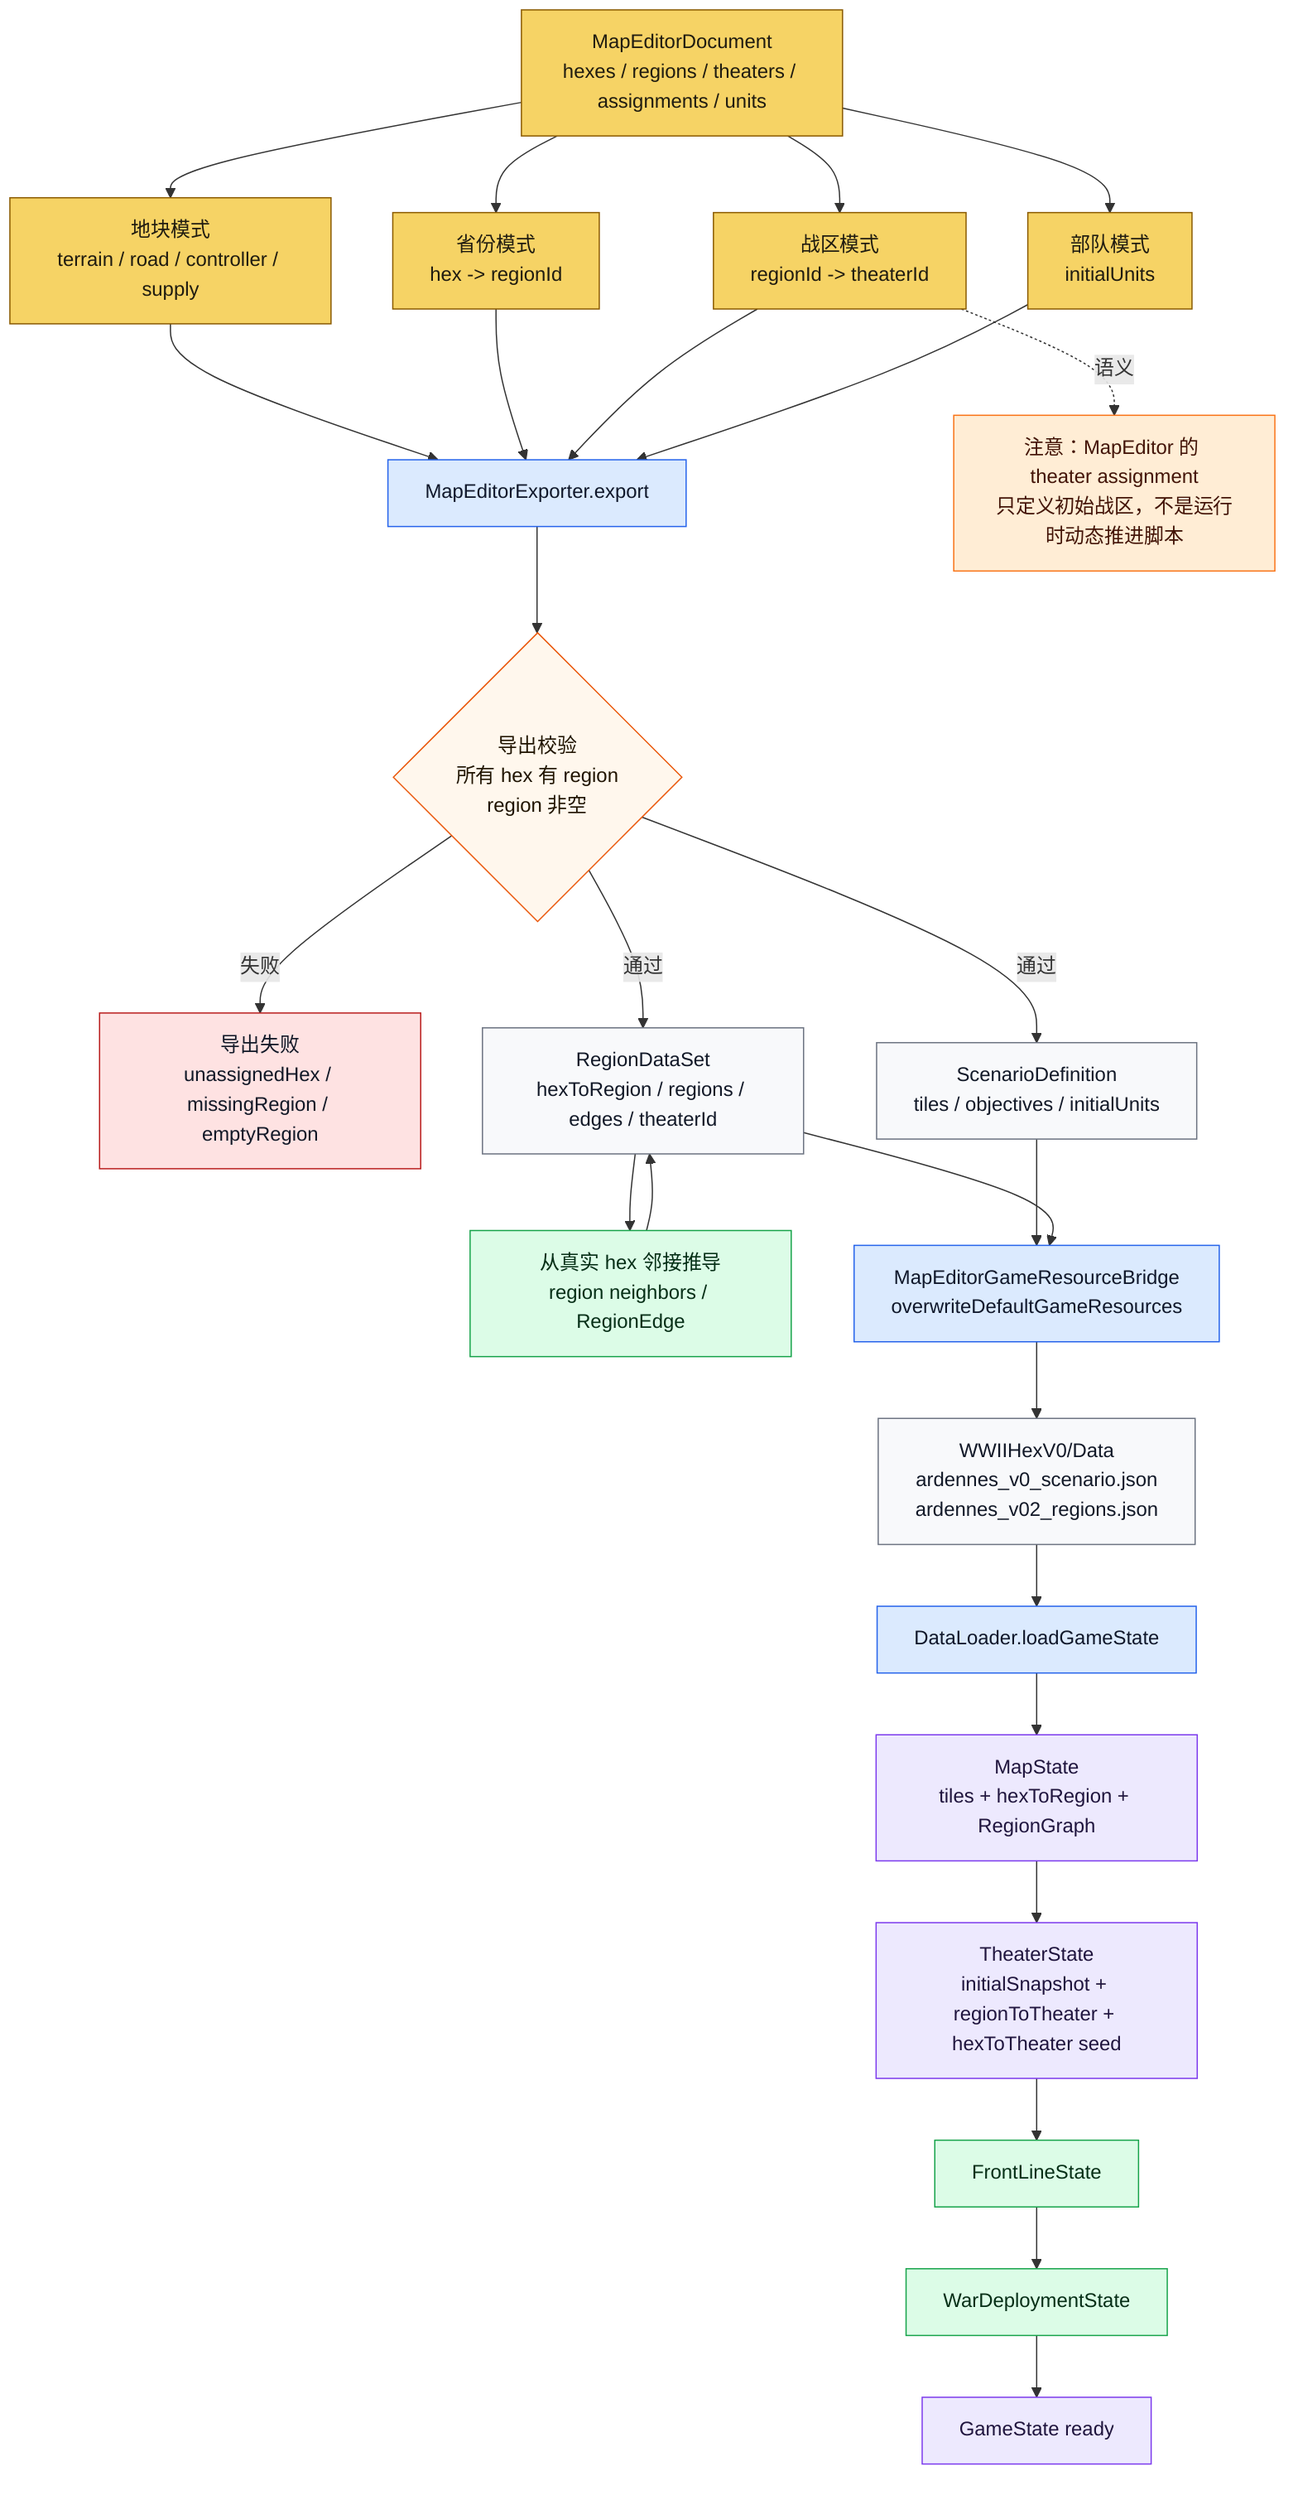
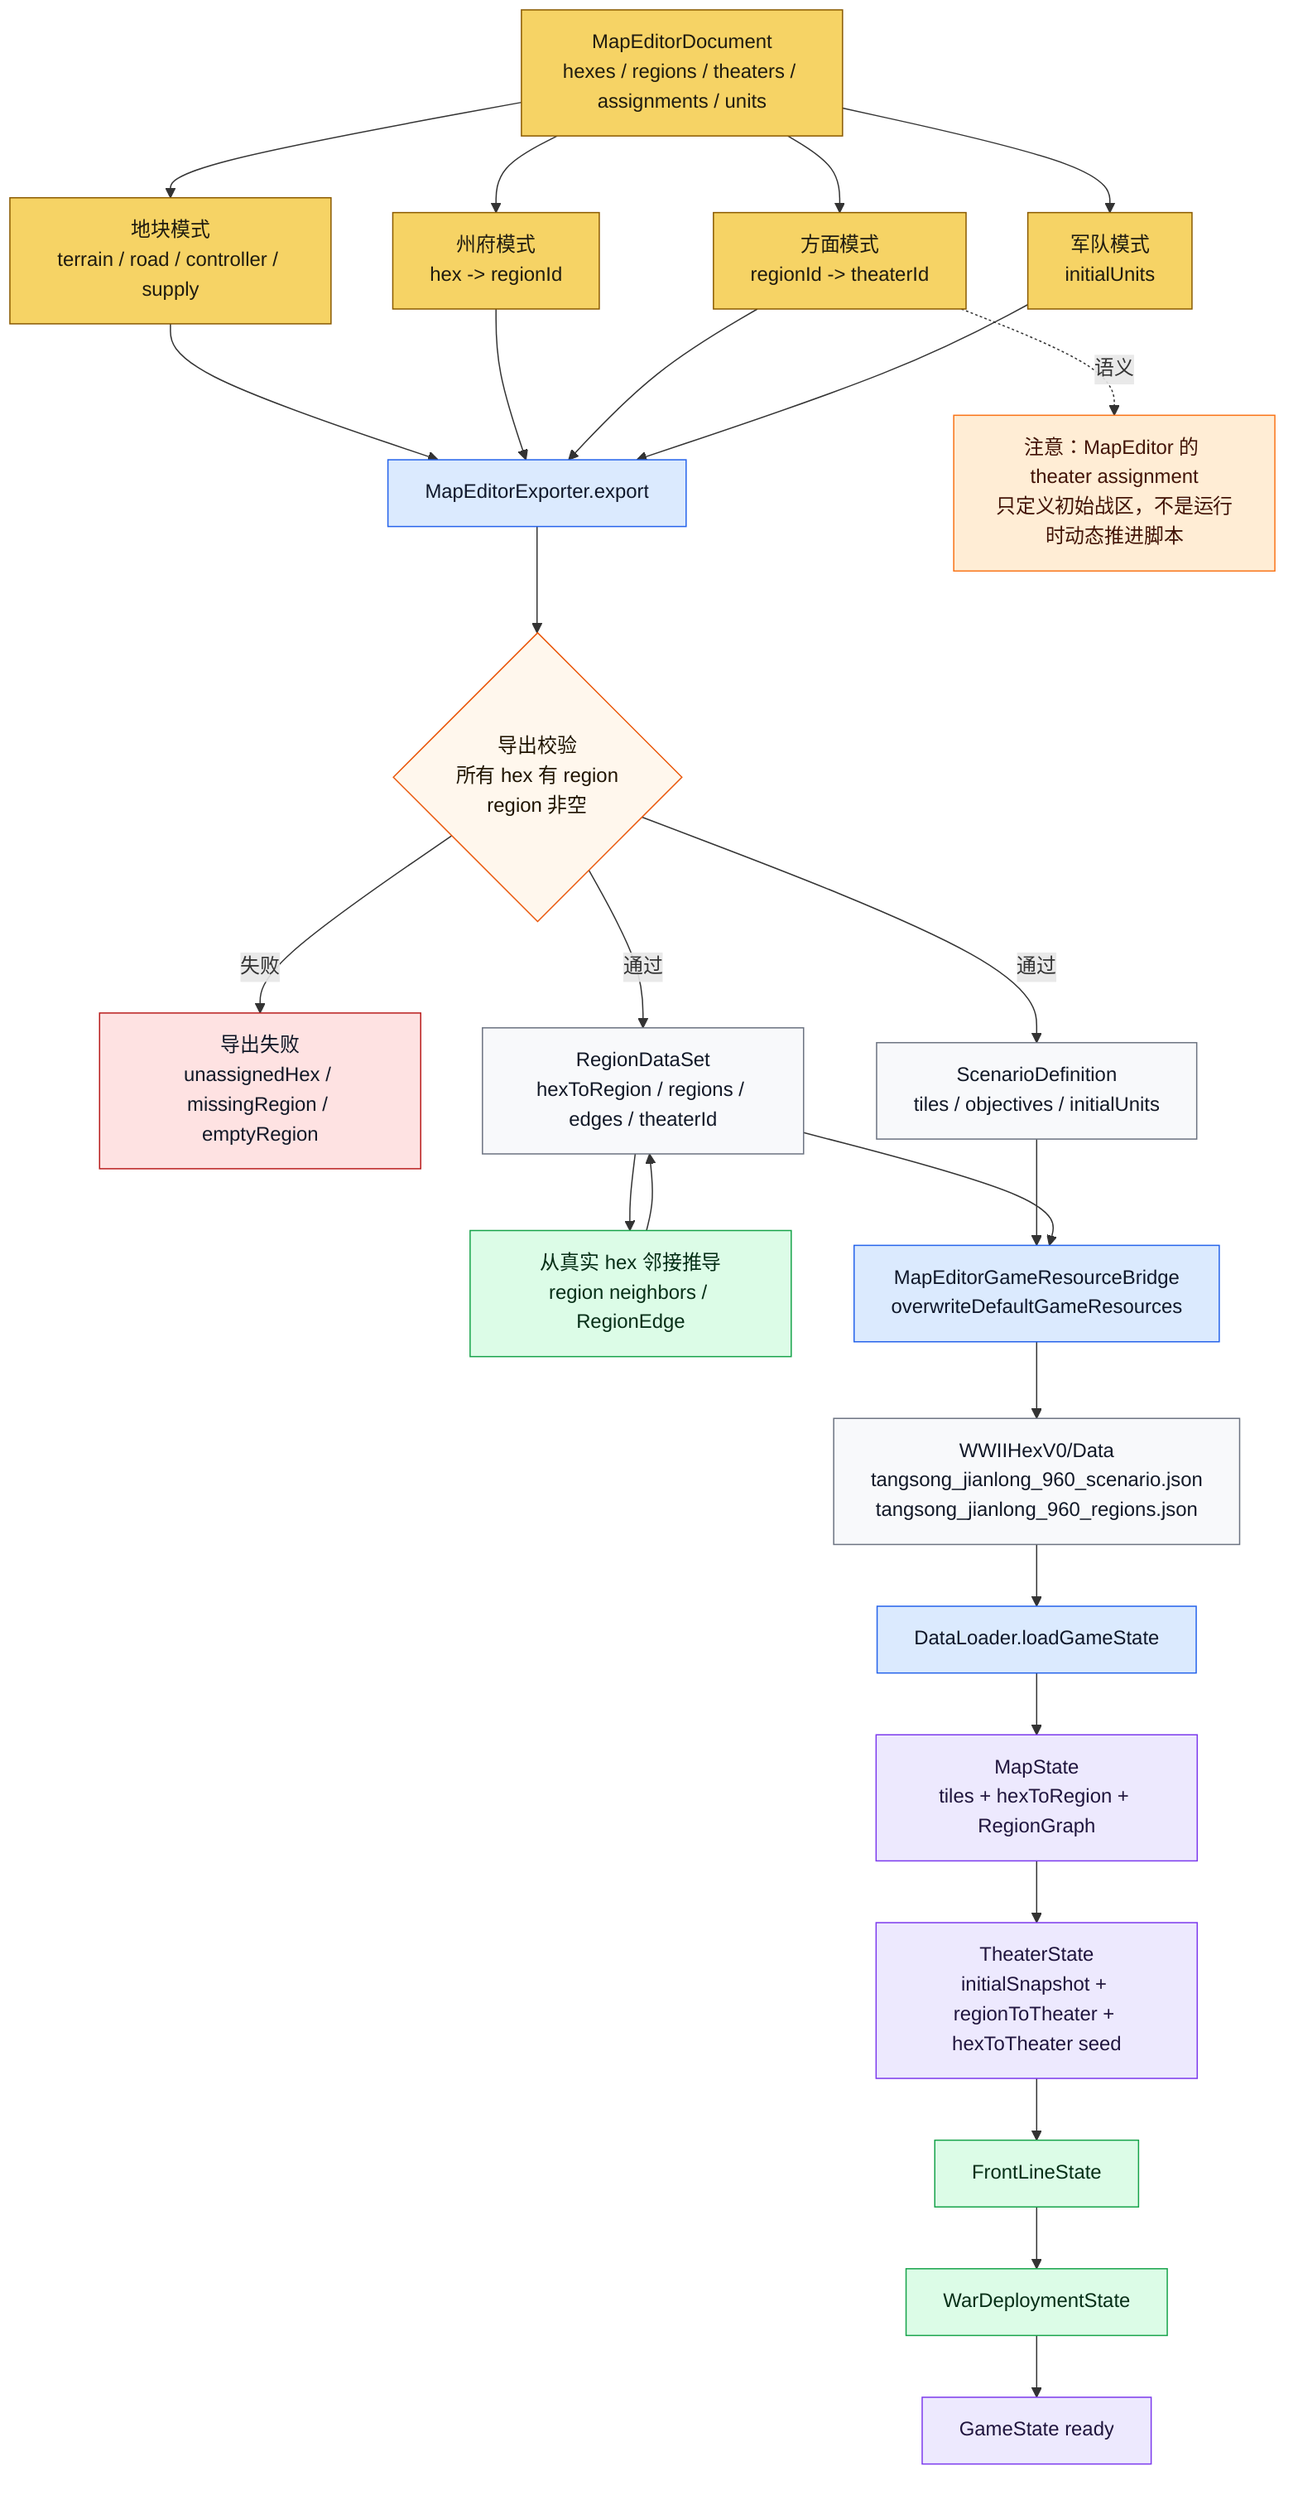
flowchart TD
    DOC["MapEditorDocument<br/>hexes / regions / theaters / assignments / units"]:::editor
    MODE1["地块模式<br/>terrain / road / controller / supply"]:::editor
-     MODE2["省份模式<br/>hex -> regionId"]:::editor
-     MODE3["战区模式<br/>regionId -> theaterId"]:::editor
-     MODE4["部队模式<br/>initialUnits"]:::editor
+     MODE2["州府模式<br/>hex -> regionId"]:::editor
+     MODE3["方面模式<br/>regionId -> theaterId"]:::editor
+     MODE4["军队模式<br/>initialUnits"]:::editor
    EXPORT["MapEditorExporter.export"]:::loader
    CHECK{"导出校验<br/>所有 hex 有 region<br/>region 非空"}:::decision
    ERR["导出失败<br/>unassignedHex / missingRegion / emptyRegion"]:::stop
    SCEN["ScenarioDefinition<br/>tiles / objectives / initialUnits"]:::data
    REG["RegionDataSet<br/>hexToRegion / regions / edges / theaterId"]:::data
    NEI["从真实 hex 邻接推导<br/>region neighbors / RegionEdge"]:::derived
    BRIDGE["MapEditorGameResourceBridge<br/>overwriteDefaultGameResources"]:::loader
-     FILES["WWIIHexV0/Data<br/>ardennes_v0_scenario.json<br/>ardennes_v02_regions.json"]:::data
+     FILES["WWIIHexV0/Data<br/>tangsong_jianlong_960_scenario.json<br/>tangsong_jianlong_960_regions.json"]:::data
    LOAD["DataLoader.loadGameState"]:::loader
    MAP["MapState<br/>tiles + hexToRegion + RegionGraph"]:::state
    THEATER["TheaterState<br/>initialSnapshot + regionToTheater + hexToTheater seed"]:::state
    FRONT["FrontLineState"]:::derived
    DEPLOY["WarDeploymentState"]:::derived
    GAME["GameState ready"]:::state

    DOC --> MODE1 --> EXPORT
    DOC --> MODE2 --> EXPORT
    DOC --> MODE3 --> EXPORT
    DOC --> MODE4 --> EXPORT
    EXPORT --> CHECK
    CHECK -->|失败| ERR
    CHECK -->|通过| SCEN
    CHECK -->|通过| REG
    REG --> NEI --> REG
    SCEN --> BRIDGE
    REG --> BRIDGE
    BRIDGE --> FILES
    FILES --> LOAD --> MAP --> THEATER --> FRONT --> DEPLOY --> GAME

    NOTE["注意：MapEditor 的 theater assignment<br/>只定义初始战区，不是运行时动态推进脚本"]:::warn
    MODE3 -.语义.-> NOTE

    classDef editor fill:#f6d365,stroke:#8a5a00,color:#1f1b10
    classDef loader fill:#dbeafe,stroke:#2563eb,color:#0f172a
    classDef decision fill:#fff7ed,stroke:#ea580c,color:#1f1300
    classDef stop fill:#fee2e2,stroke:#b91c1c,color:#111827
    classDef data fill:#f8f9fb,stroke:#6b7280,color:#111827
    classDef derived fill:#dcfce7,stroke:#16a34a,color:#052e16
    classDef state fill:#ede9fe,stroke:#7c3aed,color:#1f143d
    classDef warn fill:#ffedd5,stroke:#f97316,color:#431407
